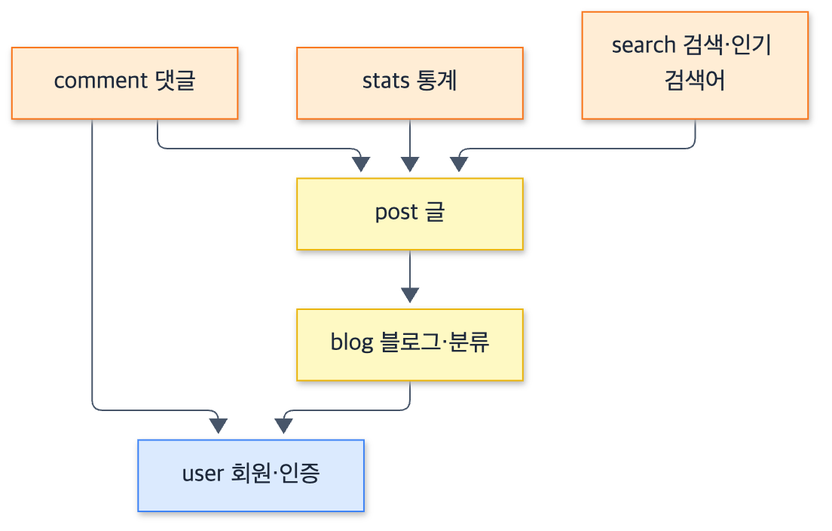
home-blog/docs keeps this Mermaid diagram as docs/3-설계/그림/03-모듈방향.png. Above is the earlier version. Its source is kept beside it as docs/3-설계/그림/원본/03-모듈방향.mmd. The source it was exported from:
```mermaid
flowchart TB
  comment["comment 댓글"] --> post["post 글"]
  stats["stats 통계"] --> post
  search["search 검색·인기 검색어"] --> post
  post --> blog["blog 블로그·분류"]
  blog --> user["user 회원·인증"]
  comment --> user
  classDef top fill:#ffedd5,stroke:#f97316,color:#1e293b
  classDef mid fill:#fef9c3,stroke:#eab308,color:#1e293b
  classDef base fill:#dbeafe,stroke:#3b82f6,color:#1e293b
  class comment,stats,search top
  class post,blog mid
  class user base
```
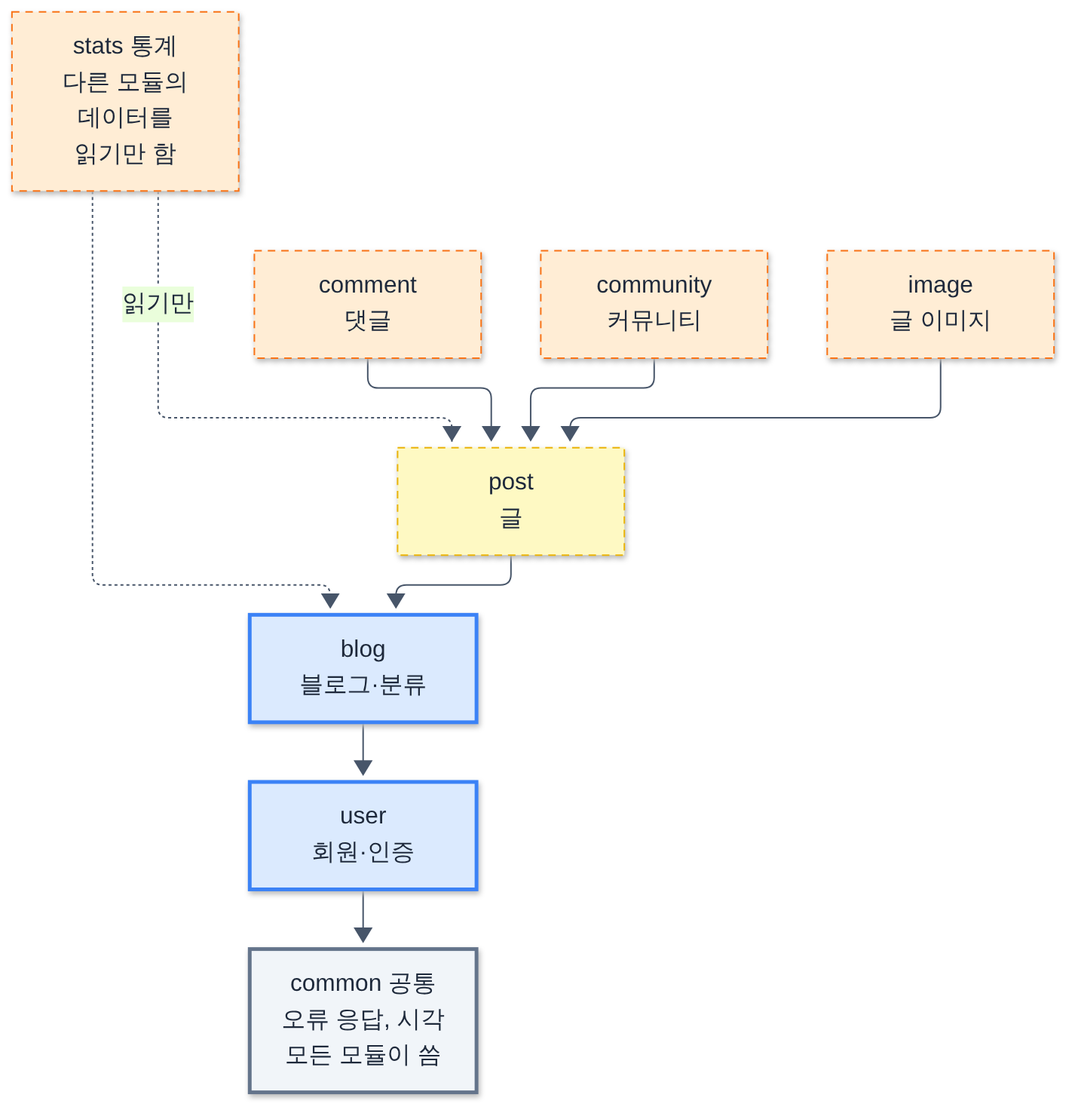
Above is the later version.

Change to the diagram source:
```diff
@@ -1,13 +1,17 @@
 flowchart TB
-  comment["comment 댓글"] --> post["post 글"]
-  stats["stats 통계"] --> post
-  search["search 검색·인기 검색어"] --> post
-  post --> blog["blog 블로그·분류"]
-  blog --> user["user 회원·인증"]
-  comment --> user
-  classDef top fill:#ffedd5,stroke:#f97316,color:#1e293b
-  classDef mid fill:#fef9c3,stroke:#eab308,color:#1e293b
-  classDef base fill:#dbeafe,stroke:#3b82f6,color:#1e293b
-  class comment,stats,search top
-  class post,blog mid
-  class user base
+  comment["comment<br/>댓글"] --> post
+  community["community<br/>커뮤니티"] --> post
+  image["image<br/>글 이미지"] --> post
+  post["post<br/>글"] --> blog["blog<br/>블로그·분류"]
+  blog --> user["user<br/>회원·인증"]
+  user --> common["common 공통<br/>오류 응답, 시각<br/>모든 모듈이 씀"]
+  stats["stats 통계<br/>다른 모듈의<br/>데이터를<br/>읽기만 함"] -. 읽기만 .-> post
+  stats -.-> blog
+  classDef top fill:#ffedd5,stroke:#f97316,color:#1e293b,stroke-dasharray: 5 4
+  classDef mid fill:#fef9c3,stroke:#eab308,color:#1e293b,stroke-dasharray: 5 4
+  classDef done fill:#dbeafe,stroke:#3b82f6,color:#1e293b,stroke-width:2.5px
+  classDef base fill:#f1f5f9,stroke:#64748b,color:#1e293b,stroke-width:2.5px
+  class comment,community,image,stats top
+  class post mid
+  class blog,user done
+  class common base
```
